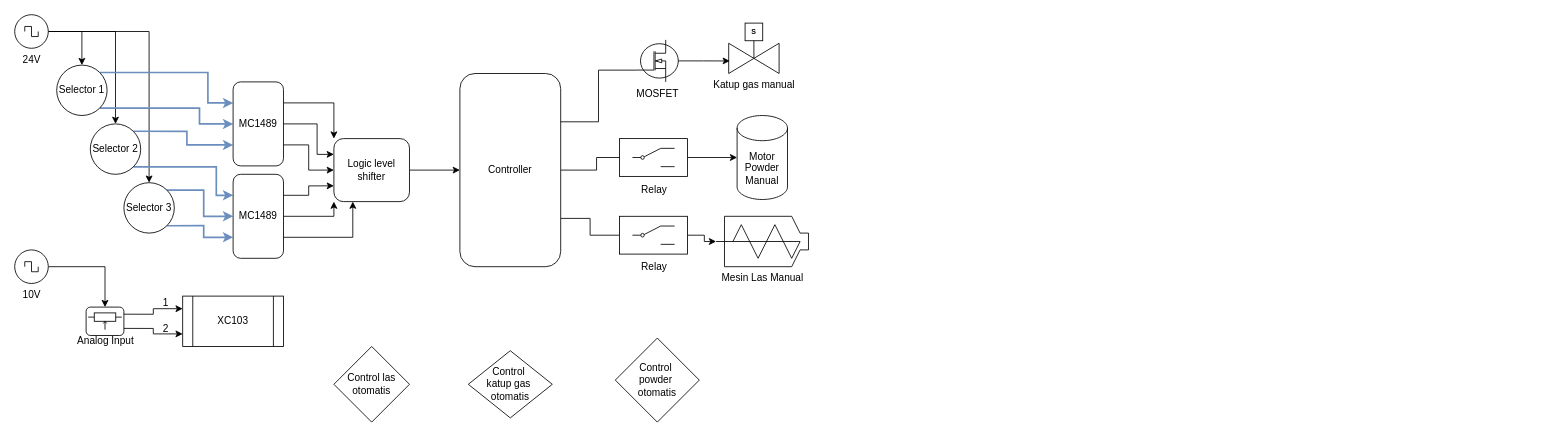
The draw.io diagram Modul kontrol mensin las.drawio in ilhamdestyo/draw.io, before the edit. Source tidied: cells renumbered, new cells numbered last; positions are measured from the earlier drawing's top-left corner, leaving out a move shared by most shapes. Both pictures are drawn from the tidied source at 84%, with x=0, y=0 at pixel (14, 14).
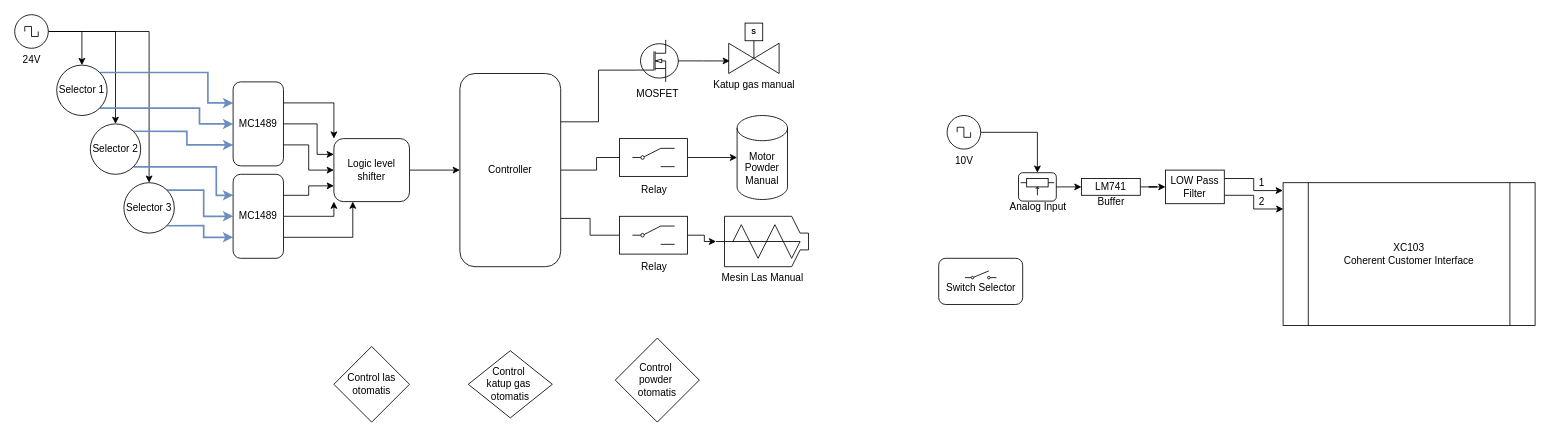
Above is the later version.

Unchanged cells that the change refers to:
```xml
<mxCell id="51" style="rounded=1;whiteSpace=wrap;html=1;" parent="50" vertex="1">
  <mxGeometry width="45" height="33.8" as="geometry" />
</mxCell>
```

What changed in the source:
```diff
@@
-    <mxCell id="49" value="XC103" style="shape=process;whiteSpace=wrap;html=1;backgroundOutline=1;" parent="1" vertex="1">
-      <mxGeometry x="200" y="335" width="120" height="60" as="geometry" />
+    <mxCell id="49" value="XC103&lt;br&gt;Coherent Customer Interface" style="shape=process;whiteSpace=wrap;html=1;backgroundOutline=1;" parent="1" vertex="1">
+      <mxGeometry x="1510" y="200" width="300" height="170" as="geometry" />
     </mxCell>
     <mxCell id="50" style="group;" parent="1" vertex="1">
-      <mxGeometry x="85" y="348.1" width="45" height="33.8" as="geometry" />
+      <mxGeometry x="1195" y="188.1" width="45" height="33.8" as="geometry" />
     </mxCell>
@@
-    <mxCell id="53" style="edgeStyle=orthogonalEdgeStyle;rounded=0;jettySize=auto;html=1;exitX=1;exitY=0.25;exitDx=0;exitDy=0;entryX=0;entryY=0.25;entryDx=0;entryDy=0;" parent="1" edge="1" source="51" target="49">
-      <mxGeometry relative="1" as="geometry" />
-    </mxCell>
-    <mxCell id="54" style="edgeStyle=orthogonalEdgeStyle;rounded=0;jettySize=auto;html=1;exitX=1;exitY=0.75;exitDx=0;exitDy=0;entryX=0;entryY=0.75;entryDx=0;entryDy=0;" parent="1" edge="1" source="51" target="49">
-      <mxGeometry relative="1" as="geometry" />
-    </mxCell>
+    <mxCell id="57" style="edgeStyle=orthogonalEdgeStyle;rounded=0;jettySize=auto;html=1;entryX=0.5;entryY=0;entryDx=0;entryDy=0;" parent="1" edge="1" source="58" target="51">
+      <mxGeometry relative="1" as="geometry" />
+    </mxCell>
+    <mxCell id="58" value="&lt;div&gt;10V&lt;/div&gt;" style="verticalLabelPosition=bottom;shadow=0;dashed=0;align=center;html=1;verticalAlign=top;shape=mxgraph.electrical.signal_sources.source;points=[[0.5,0,0],[1,0.5,0],[0.5,1,0],[0,0.5,0]];elSignalType=square;" parent="1" vertex="1">
+      <mxGeometry x="1110" y="120" width="40" height="40" as="geometry" />
+    </mxCell>
+    <mxCell id="59" style="edgeStyle=orthogonalEdgeStyle;rounded=0;jettySize=auto;html=1;" parent="1" edge="1" source="60" target="63">
+      <mxGeometry relative="1" as="geometry" />
+    </mxCell>
+    <mxCell id="60" value="LM741" style="rounded=0;whiteSpace=wrap;html=1;" parent="1" vertex="1">
+      <mxGeometry x="1270" y="195" width="70" height="20" as="geometry" />
+    </mxCell>
+    <mxCell id="61" value="Buffer" style="text;html=1;whiteSpace=wrap;strokeColor=none;fillColor=none;align=center;verticalAlign=middle;rounded=0;" parent="1" vertex="1">
+      <mxGeometry x="1277.5" y="215" width="55" height="15" as="geometry" />
+    </mxCell>
+    <mxCell id="62" style="edgeStyle=orthogonalEdgeStyle;rounded=0;jettySize=auto;html=1;entryX=0;entryY=0.5;entryDx=0;entryDy=0;exitX=1;exitY=0.5;exitDx=0;exitDy=0;" parent="1" edge="1" source="51" target="60">
+      <mxGeometry relative="1" as="geometry" />
+    </mxCell>
+    <mxCell id="63" value="LOW Pass Filter" style="rounded=0;whiteSpace=wrap;html=1;" parent="1" vertex="1">
+      <mxGeometry x="1370" y="185" width="70" height="40" as="geometry" />
+    </mxCell>
+    <mxCell id="64" style="edgeStyle=orthogonalEdgeStyle;rounded=0;jettySize=auto;html=1;exitX=1;exitY=0.25;exitDx=0;exitDy=0;entryX=-0.001;entryY=0.055;entryDx=0;entryDy=0;entryPerimeter=0;" parent="1" edge="1" source="63" target="49">
+      <mxGeometry relative="1" as="geometry" />
+    </mxCell>
+    <mxCell id="65" style="edgeStyle=orthogonalEdgeStyle;rounded=0;jettySize=auto;html=1;exitX=1;exitY=0.75;exitDx=0;exitDy=0;entryX=0.001;entryY=0.184;entryDx=0;entryDy=0;entryPerimeter=0;" parent="1" edge="1" source="63" target="49">
+      <mxGeometry relative="1" as="geometry" />
+    </mxCell>
     <mxCell id="55" value="1" style="text;html=1;whiteSpace=wrap;strokeColor=none;fillColor=none;align=center;verticalAlign=middle;rounded=0;" parent="1" vertex="1">
-      <mxGeometry x="170" y="335" width="20" height="15" as="geometry" />
+      <mxGeometry x="1480" y="195" width="10" height="10" as="geometry" />
     </mxCell>
     <mxCell id="56" value="2" style="text;html=1;whiteSpace=wrap;strokeColor=none;fillColor=none;align=center;verticalAlign=middle;rounded=0;" parent="1" vertex="1">
-      <mxGeometry x="170" y="366.9" width="20" height="15" as="geometry" />
+      <mxGeometry x="1480" y="217.5" width="10" height="10" as="geometry" />
     </mxCell>
-    <mxCell id="57" style="edgeStyle=orthogonalEdgeStyle;rounded=0;jettySize=auto;html=1;entryX=0.5;entryY=0;entryDx=0;entryDy=0;" parent="1" edge="1" source="58" target="51">
-      <mxGeometry relative="1" as="geometry" />
-    </mxCell>
-    <mxCell id="58" value="&lt;div&gt;10V&lt;/div&gt;" style="verticalLabelPosition=bottom;shadow=0;dashed=0;align=center;html=1;verticalAlign=top;shape=mxgraph.electrical.signal_sources.source;points=[[0.5,0,0],[1,0.5,0],[0.5,1,0],[0,0.5,0]];elSignalType=square;" parent="1" vertex="1">
-      <mxGeometry y="280" width="40" height="40" as="geometry" />
-    </mxCell>
+    <mxCell id="66" style="group;" parent="1" vertex="1">
+      <mxGeometry x="1100" y="290" width="100" height="55" as="geometry" />
+    </mxCell>
+    <mxCell id="67" style="rounded=1;whiteSpace=wrap;html=1;" parent="66" vertex="1">
+      <mxGeometry width="100" height="55" as="geometry" />
+    </mxCell>
+    <mxCell id="68" value="&lt;br&gt;&lt;br&gt;Switch Selector" style="html=1;shape=mxgraph.electrical.electro-mechanical.singleSwitch;elSwitchState=off;" parent="66" vertex="1">
+      <mxGeometry x="31.2" y="15" width="37.5" height="10" as="geometry" />
+    </mxCell>
```
